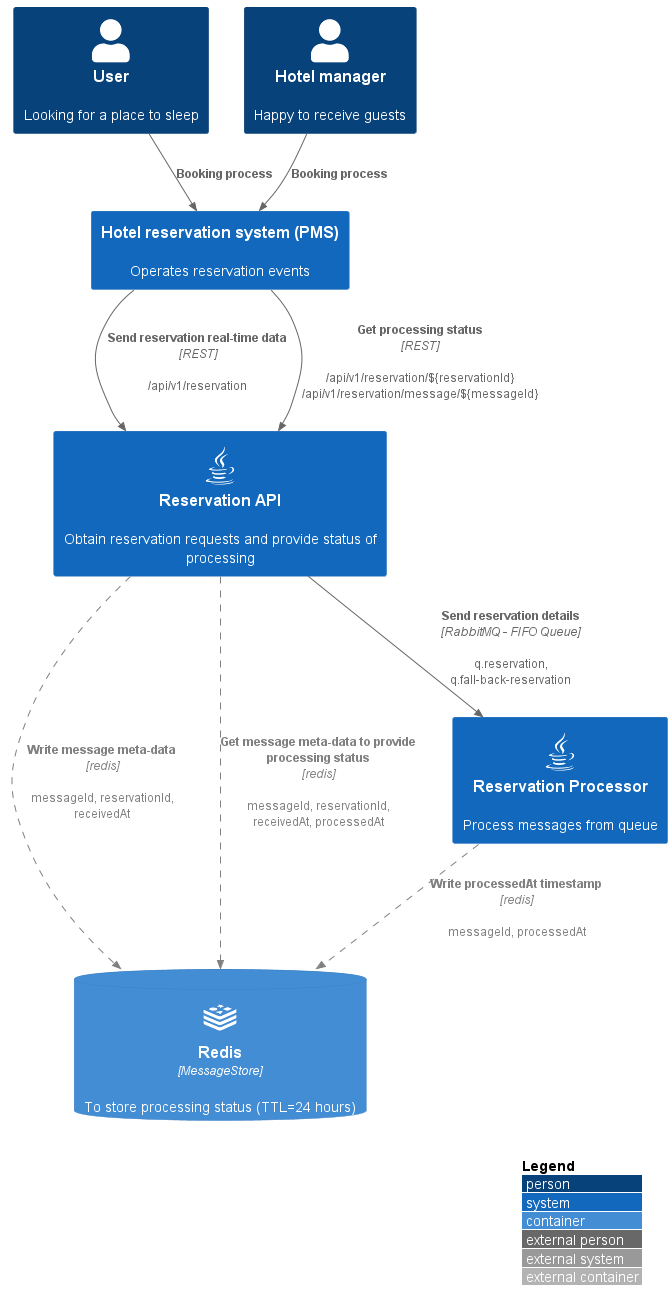
The PlantUML diagram puml/ReservationProcessingScheme.png in alexsoftware-java/practical-task, before a commit.
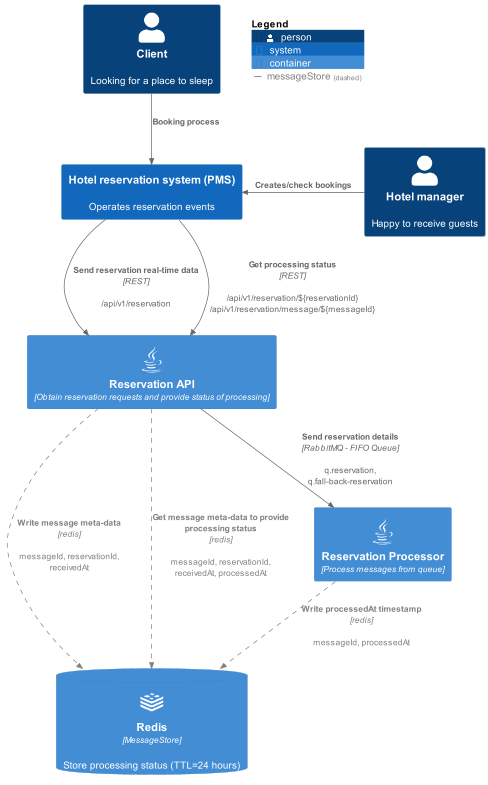
After the commit.

Diff of the diagram source:
```diff
@@ -2,29 +2,30 @@
 !include https://raw.githubusercontent.com/plantuml-stdlib/C4-PlantUML/master/C4_Container.puml
 !include https://raw.githubusercontent.com/tupadr3/plantuml-icon-font-sprites/master/devicons/redis.puml
 !include https://raw.githubusercontent.com/tupadr3/plantuml-icon-font-sprites/master/devicons/java.puml
-!include https://raw.githubusercontent.com/tupadr3/plantuml-icon-font-sprites/master/material/message.puml
 
-LAYOUT_WITH_LEGEND()
 skinparam wrapWidth 350
+skinparam wrapHeight 100
 skinparam maxMessageSize 200
 
-Person(person, "User", "Looking for a place to sleep")
+Person(person, "Client", "Looking for a place to sleep")
 Person(hotel, "Hotel manager", "Happy to receive guests")
-ContainerDb(redis, "Redis", "MessageStore", "To store processing status (TTL=24 hours)", $sprite="redis")
+ContainerDb(redis, "Redis", "MessageStore", "Store processing status (TTL=24 hours)", $sprite="redis")
 
 System(pms, "Hotel reservation system (PMS)", "Operates reservation events")
-System(api, "Reservation API", "Obtain reservation requests and provide status of processing", $sprite="java")
-System(processor, "Reservation Processor", "Process messages from queue", $sprite="java")
+Container(api, "Reservation API", "Obtain reservation requests and provide status of processing", $sprite="java")
+Container(processor, "Reservation Processor", "Process messages from queue", $sprite="java")
 
 AddRelTag("messageStore", $textColor="grey", $lineColor="grey", $lineStyle = DashedLine())
 
 Rel(person, pms, "Booking process")
-Rel(hotel, pms, "Booking process")
+Rel_L(hotel, pms, "Creates/check bookings")
 Rel(pms, api, "Send reservation real-time data", "REST", "/api/v1/reservation")
 Rel(pms, api, "Get processing status", "REST", "/api/v1/reservation/${reservationId} /api/v1/reservation/message/${messageId}")
 Rel(api, redis, "Write message meta-data","redis", "messageId, reservationId, receivedAt", $tags="messageStore")
+Rel(api, processor, "Send reservation details", "RabbitMQ - FIFO Queue", "q.reservation, q.fall-back-reservation")
 Rel(api, redis, "Get message meta-data to provide processing status","redis", "messageId, reservationId, receivedAt, processedAt", $tags="messageStore")
-Rel(api, processor, "Send reservation details", "RabbitMQ - FIFO Queue", "q.reservation, q.fall-back-reservation")
 Rel(processor, redis, "Write processedAt timestamp", "redis", "messageId, processedAt", $tags="messageStore")
 
+SHOW_FLOATING_LEGEND()
+
 @enduml
```
